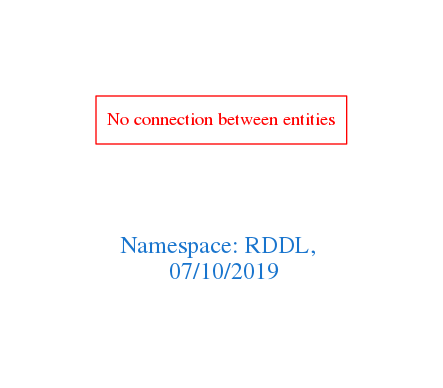
Earlier version of the Graphviz export downloads/RDDL.png (arago/OGIT). Its source is kept beside it as downloads/RDDL.dot.
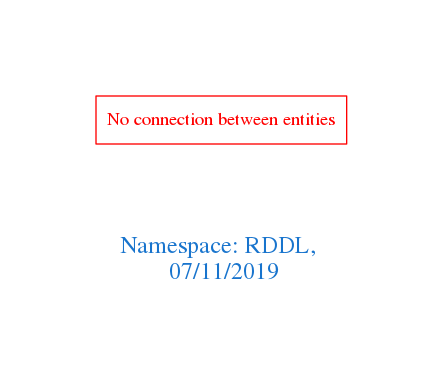
The same file after the commit.

The edit, as a diff of the source:
```diff
@@ -1,7 +1,7 @@
 digraph OGIT_ontology {
  graph [ rankdir= LR,pad=1
 fontsize = 18,
-fontcolor= dodgerblue3,label = "\n\n\nNamespace: RDDL, \n 07/10/2019"];
+fontcolor= dodgerblue3,label = "\n\n\nNamespace: RDDL, \n 07/11/2019"];
 node[shape=polygon];
 edge [  color="gray81"];
 
```
